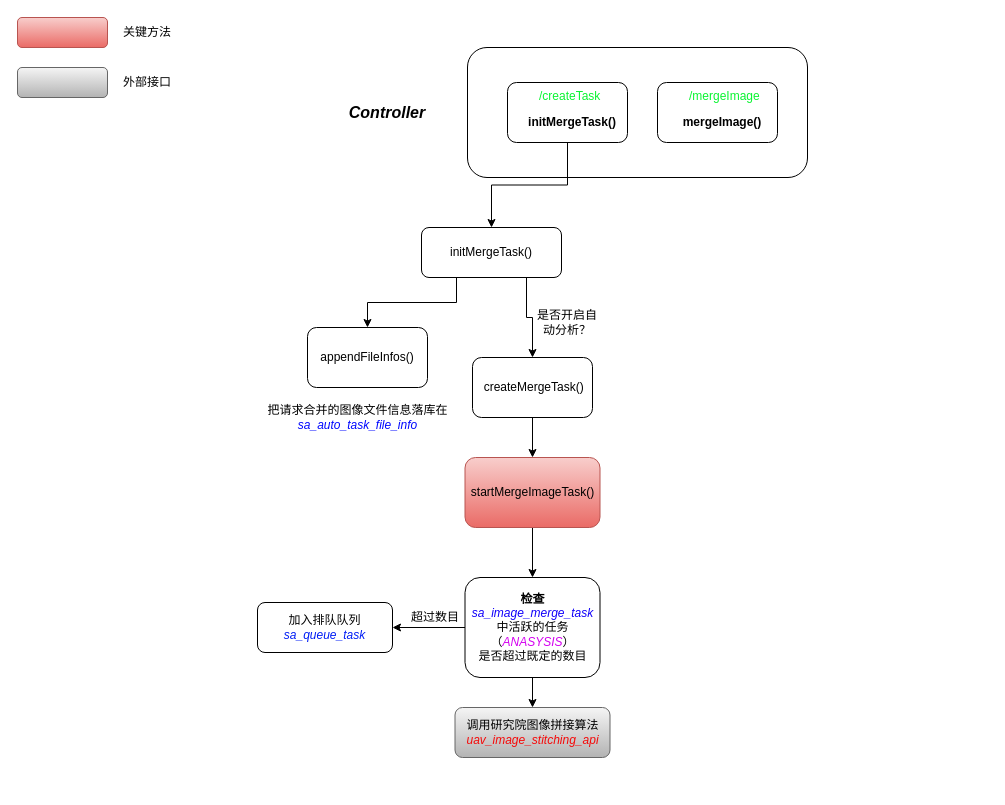
Before: 图像拼接主要接口逻辑.drawio in RK-JD/DrawIO, a draw.io diagram. Source tidied: cells renumbered, new cells numbered last; positions are measured from the earlier drawing's top-left corner, leaving out a move shared by most shapes. Both pictures are drawn from the tidied source at 100%, with x=0, y=0 at pixel (17, 17).
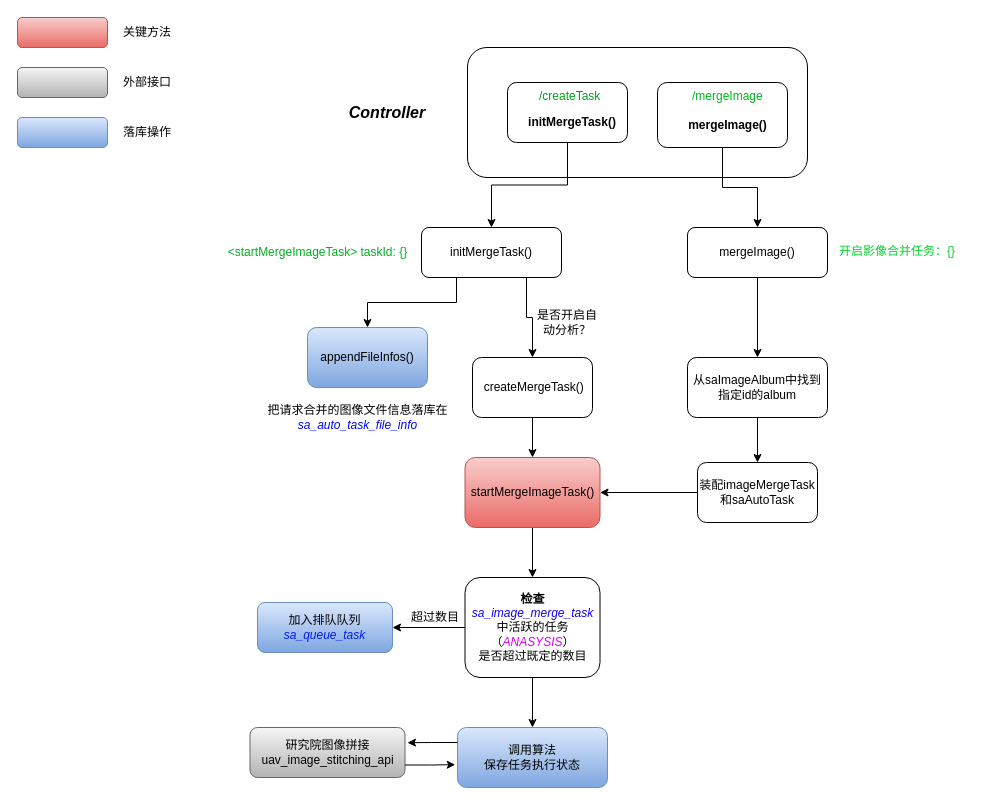
After the change.

Commit message (it also covers changes not shown here):
更新图像拼接主要接口逻辑.drawio

The change refers to these unchanged cells:
```xml
<mxCell id="22" value="startMergeImageTask()" style="rounded=1;whiteSpace=wrap;html=1;fillColor=#f8cecc;gradientColor=#ea6b66;strokeColor=#b85450;" parent="1" vertex="1">
  <mxGeometry x="447.5" y="440" width="135" height="70" as="geometry" />
</mxCell>
<mxCell id="25" value="&lt;b&gt;检查&lt;/b&gt;&lt;div&gt;&lt;i&gt;&lt;font color=&quot;#1100fa&quot;&gt;sa_image_merge_task&lt;/font&gt;&lt;/i&gt;&lt;br&gt;&lt;/div&gt;&lt;div&gt;中活跃的任务（&lt;i&gt;&lt;font color=&quot;#d400f0&quot;&gt;ANASYSIS&lt;/font&gt;&lt;/i&gt;）&lt;/div&gt;&lt;div&gt;是否超过既定的数目&lt;/div&gt;" style="rounded=1;whiteSpace=wrap;html=1;" parent="1" vertex="1">
  <mxGeometry x="447.5" y="560" width="135" height="100" as="geometry" />
</mxCell>
```

The edit, as a diff of the source:
```diff
@@
-    <mxCell id="4" style="group;" parent="1" vertex="1">
+    <mxCell id="4" style="group;fontColor=#07ab0a;" parent="1" vertex="1">
       <mxGeometry x="490" y="65" width="120" height="60" as="geometry" />
     </mxCell>
@@
-    <mxCell id="6" value="/createTask" style="text;whiteSpace=wrap;fontColor=#0bf432;" parent="4" vertex="1">
+    <mxCell id="6" value="/createTask" style="text;whiteSpace=wrap;fontColor=#03a01d;" parent="4" vertex="1">
       <mxGeometry x="30" width="70" height="25" as="geometry" />
     </mxCell>
@@
     <mxCell id="8" style="group;" parent="1" vertex="1">
-      <mxGeometry x="640" y="65" width="120" height="60" as="geometry" />
+      <mxGeometry x="640" y="65" width="130" height="65" as="geometry" />
     </mxCell>
     <mxCell id="9" style="rounded=1;whiteSpace=wrap;html=1;" parent="8" vertex="1">
-      <mxGeometry width="120" height="60" as="geometry" />
+      <mxGeometry width="130" height="65" as="geometry" />
     </mxCell>
-    <mxCell id="10" value="/mergeImage" style="text;whiteSpace=wrap;fontColor=#0bf432;" parent="8" vertex="1">
-      <mxGeometry x="30" width="70" height="25" as="geometry" />
+    <mxCell id="10" value="/mergeImage" style="text;whiteSpace=wrap;fontColor=#00b31e;" parent="8" vertex="1">
+      <mxGeometry x="32.5" width="75.8" height="27.1" as="geometry" />
     </mxCell>
     <mxCell id="11" value="&lt;b&gt;mergeImage()&lt;/b&gt;" style="text;html=1;align=center;verticalAlign=middle;whiteSpace=wrap;rounded=0;" parent="8" vertex="1">
-      <mxGeometry x="35" y="25" width="60" height="30" as="geometry" />
+      <mxGeometry x="37.9" y="27.1" width="65" height="32.5" as="geometry" />
     </mxCell>
@@
-    <mxCell id="15" value="appendFileInfos()" style="rounded=1;whiteSpace=wrap;html=1;" parent="1" vertex="1">
+    <mxCell id="15" value="appendFileInfos()" style="rounded=1;whiteSpace=wrap;html=1;fillColor=#dae8fc;gradientColor=#7ea6e0;strokeColor=#6c8ebf;" parent="1" vertex="1">
       <mxGeometry x="290" y="310" width="120" height="60" as="geometry" />
     </mxCell>
@@
-    <mxCell id="23" style="edgeStyle=orthogonalEdgeStyle;rounded=0;jettySize=auto;html=1;exitX=0.5;exitY=1;exitDx=0;exitDy=0;entryX=0.5;entryY=0;entryDx=0;entryDy=0;" parent="1" edge="1" source="25" target="28">
-      <mxGeometry relative="1" as="geometry" />
-    </mxCell>
@@
+    <mxCell id="33" style="edgeStyle=orthogonalEdgeStyle;rounded=0;jettySize=auto;html=1;exitX=0.5;exitY=1;exitDx=0;exitDy=0;entryX=0.5;entryY=0;entryDx=0;entryDy=0;" parent="1" edge="1" source="25" target="36">
+      <mxGeometry relative="1" as="geometry" />
+    </mxCell>
@@
-    <mxCell id="26" value="加入排队队列&lt;div&gt;&lt;i&gt;&lt;font color=&quot;#001df5&quot;&gt;sa_queue_task&lt;/font&gt;&lt;/i&gt;&lt;/div&gt;" style="rounded=1;whiteSpace=wrap;html=1;" parent="1" vertex="1">
+    <mxCell id="26" value="加入排队队列&lt;div&gt;&lt;i&gt;&lt;font color=&quot;#001df5&quot;&gt;sa_queue_task&lt;/font&gt;&lt;/i&gt;&lt;/div&gt;" style="rounded=1;whiteSpace=wrap;html=1;fillColor=#dae8fc;gradientColor=#7ea6e0;strokeColor=#6c8ebf;" parent="1" vertex="1">
       <mxGeometry x="240" y="585" width="135" height="50" as="geometry" />
     </mxCell>
@@
-    <mxCell id="28" value="调用研究院图像拼接算法&lt;div&gt;&lt;i&gt;&lt;font color=&quot;#f50a0a&quot;&gt;uav_image_stitching_api&lt;/font&gt;&lt;/i&gt;&lt;br&gt;&lt;/div&gt;" style="rounded=1;whiteSpace=wrap;html=1;fillColor=#f5f5f5;gradientColor=#b3b3b3;strokeColor=#666666;" parent="1" vertex="1">
-      <mxGeometry x="437.5" y="690" width="155" height="50" as="geometry" />
+    <mxCell id="28" value="&lt;div&gt;研究院图像拼接&lt;/div&gt;&lt;div&gt;uav_image_stitching_api&lt;br&gt;&lt;/div&gt;" style="rounded=1;whiteSpace=wrap;html=1;fillColor=#f5f5f5;gradientColor=#b3b3b3;strokeColor=#666666;" parent="1" vertex="1">
+      <mxGeometry x="232.5" y="710" width="155" height="50" as="geometry" />
     </mxCell>
@@
+    <mxCell id="34" style="rounded=1;whiteSpace=wrap;html=1;fillColor=#dae8fc;gradientColor=#7ea6e0;strokeColor=#6c8ebf;" parent="1" vertex="1">
+      <mxGeometry y="100" width="90" height="30" as="geometry" />
+    </mxCell>
+    <mxCell id="35" value="落库操作" style="text;html=1;align=center;verticalAlign=middle;whiteSpace=wrap;rounded=0;" parent="1" vertex="1">
+      <mxGeometry x="100" y="100" width="60" height="30" as="geometry" />
+    </mxCell>
+    <mxCell id="36" value="调用算法&lt;div&gt;保存任务执行状态&lt;/div&gt;" style="rounded=1;whiteSpace=wrap;html=1;fillColor=#dae8fc;gradientColor=#7ea6e0;strokeColor=#6c8ebf;" parent="1" vertex="1">
+      <mxGeometry x="440" y="710" width="150" height="60" as="geometry" />
+    </mxCell>
+    <mxCell id="37" style="edgeStyle=orthogonalEdgeStyle;rounded=0;jettySize=auto;html=1;exitX=0;exitY=0.25;exitDx=0;exitDy=0;entryX=1.016;entryY=0.304;entryDx=0;entryDy=0;entryPerimeter=0;" parent="1" edge="1" source="36" target="28">
+      <mxGeometry relative="1" as="geometry" />
+    </mxCell>
+    <mxCell id="38" style="edgeStyle=orthogonalEdgeStyle;rounded=0;jettySize=auto;html=1;exitX=1;exitY=0.75;exitDx=0;exitDy=0;entryX=-0.015;entryY=0.619;entryDx=0;entryDy=0;entryPerimeter=0;" parent="1" edge="1" source="28" target="36">
+      <mxGeometry relative="1" as="geometry" />
+    </mxCell>
+    <mxCell id="39" style="edgeStyle=orthogonalEdgeStyle;rounded=0;jettySize=auto;html=1;exitX=0.5;exitY=1;exitDx=0;exitDy=0;entryX=0.5;entryY=0;entryDx=0;entryDy=0;" parent="1" edge="1" source="40" target="45">
+      <mxGeometry relative="1" as="geometry" />
+    </mxCell>
+    <mxCell id="40" value="&lt;span style=&quot;text-wrap: nowrap;&quot;&gt;mergeImage()&lt;/span&gt;" style="rounded=1;whiteSpace=wrap;html=1;" parent="1" vertex="1">
+      <mxGeometry x="670" y="210" width="140" height="50" as="geometry" />
+    </mxCell>
+    <mxCell id="41" style="edgeStyle=orthogonalEdgeStyle;rounded=0;jettySize=auto;html=1;exitX=0.5;exitY=1;exitDx=0;exitDy=0;entryX=0.5;entryY=0;entryDx=0;entryDy=0;" parent="1" edge="1" source="9" target="40">
+      <mxGeometry relative="1" as="geometry" />
+    </mxCell>
+    <mxCell id="42" value="&amp;lt;startMergeImageTask&amp;gt; taskId: {}" style="text;html=1;align=center;verticalAlign=middle;strokeColor=none;fillColor=none;fontColor=#05ad21;" parent="1" vertex="1">
+      <mxGeometry x="200" y="220" width="200" height="30" as="geometry" />
+    </mxCell>
+    <mxCell id="43" value="&lt;span style=&quot;color: rgb(0, 209, 42); font-family: Helvetica; font-size: 12px; font-style: normal; font-variant-ligatures: normal; font-variant-caps: normal; font-weight: 400; letter-spacing: normal; orphans: 2; text-align: left; text-indent: 0px; text-transform: none; widows: 2; word-spacing: 0px; -webkit-text-stroke-width: 0px; white-space: normal; background-color: rgb(255, 255, 255); text-decoration-thickness: initial; text-decoration-style: initial; text-decoration-color: initial; display: inline !important; float: none;&quot;&gt;开启影像合并任务：{}&lt;/span&gt;" style="text;whiteSpace=wrap;html=1;" parent="1" vertex="1">
+      <mxGeometry x="820" y="220" width="150" height="40" as="geometry" />
+    </mxCell>
+    <mxCell id="44" style="edgeStyle=orthogonalEdgeStyle;rounded=0;jettySize=auto;html=1;exitX=0.5;exitY=1;exitDx=0;exitDy=0;entryX=0.5;entryY=0;entryDx=0;entryDy=0;" parent="1" edge="1" source="45" target="47">
+      <mxGeometry relative="1" as="geometry" />
+    </mxCell>
+    <mxCell id="45" value="从saImageAlbum中找到指定id的album" style="rounded=1;whiteSpace=wrap;html=1;" parent="1" vertex="1">
+      <mxGeometry x="670" y="340" width="140" height="60" as="geometry" />
+    </mxCell>
+    <mxCell id="46" style="edgeStyle=orthogonalEdgeStyle;rounded=0;jettySize=auto;html=1;exitX=0;exitY=0.5;exitDx=0;exitDy=0;entryX=1;entryY=0.5;entryDx=0;entryDy=0;" parent="1" edge="1" source="47" target="22">
+      <mxGeometry relative="1" as="geometry" />
+    </mxCell>
+    <mxCell id="47" value="装配imageMergeTask和saAutoTask" style="rounded=1;whiteSpace=wrap;html=1;" parent="1" vertex="1">
+      <mxGeometry x="680" y="445" width="120" height="60" as="geometry" />
+    </mxCell>
```
